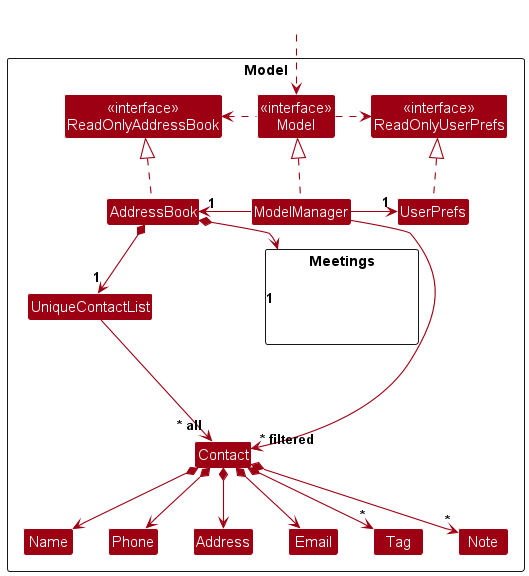
Above: docs/images/ModelClassDiagram.png in s-peiran/tp (PlantUML), before the change.
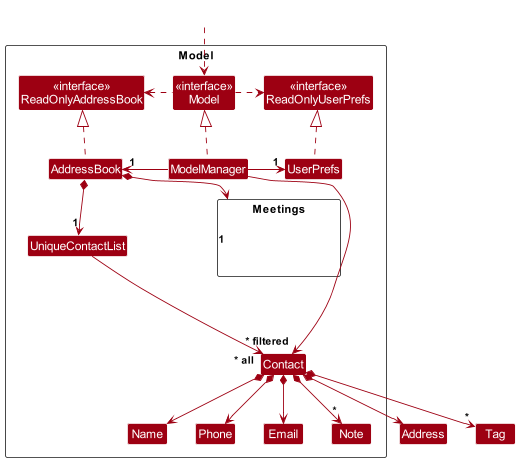
After the commit.

Diff of the diagram source:
```diff
@@ -14,11 +14,9 @@
 
 Class UniqueContactList
 Class Contact
-Class Address
 Class Email
 Class Name
 Class Phone
-Class Tag
 Class Note
 
 
```
